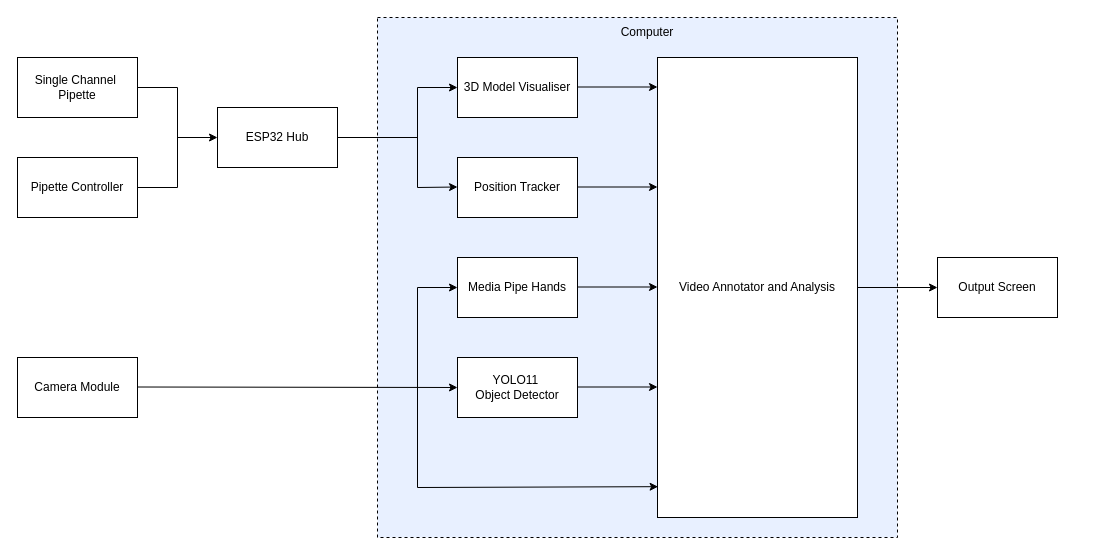
Sskki-exe/cell-culture-training-simulator keeps this draw.io diagram as FlowChart.drawio. Above is the earlier version. Source tidied: cells renumbered, new cells numbered last; positions are measured from the earlier drawing's top-left corner, leaving out a move shared by most shapes. Both pictures are drawn from the tidied source at 100%, with x=0, y=0 at pixel (17, 17).
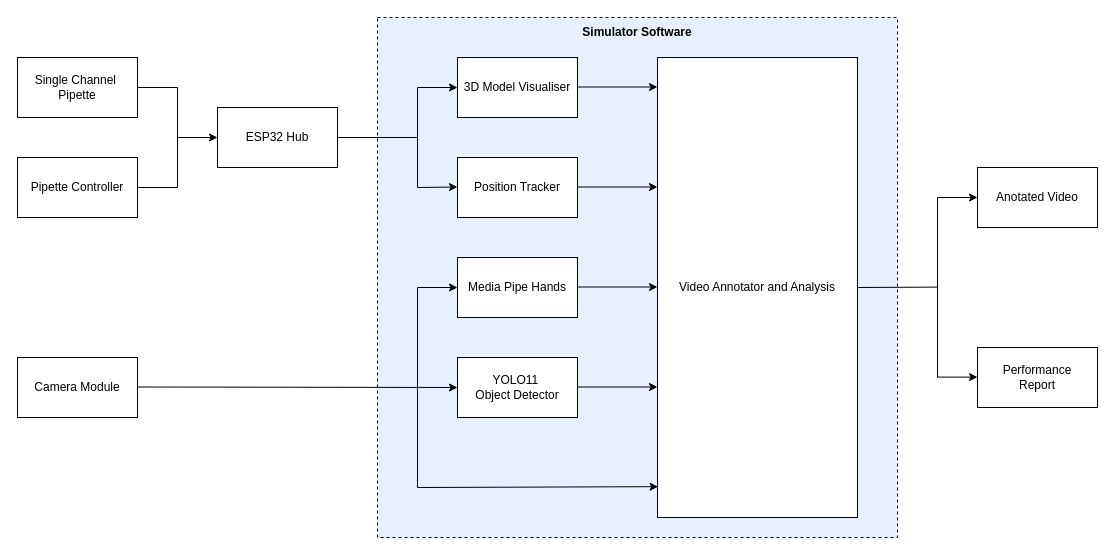
After the change.

Commit message:
flow cahrt

The change refers to these unchanged cells:
```xml
<mxCell id="21" value="Video Annotator and Analysis" style="rounded=0;whiteSpace=wrap;html=1;" parent="1" vertex="1">
  <mxGeometry x="640" y="40" width="200" height="460" as="geometry" />
</mxCell>
```

What changed in the source:
```diff
@@
-    <mxCell id="28" style="endArrow=classic;html=1;rounded=0;exitX=1;exitY=0.5;exitDx=0;exitDy=0;" parent="1" edge="1" source="30">
-      <mxGeometry relative="1" as="geometry">
-        <mxPoint x="1000" y="270" as="targetPoint" />
-      </mxGeometry>
-    </mxCell>
-    <mxCell id="29" style="endArrow=classic;html=1;rounded=0;exitX=1;exitY=0.5;exitDx=0;exitDy=0;" parent="1" edge="1" source="21" target="30">
-      <mxGeometry relative="1" as="geometry" />
-    </mxCell>
-    <mxCell id="30" value="Output Screen" style="rounded=0;whiteSpace=wrap;html=1;" parent="1" vertex="1">
-      <mxGeometry x="920" y="240" width="120" height="60" as="geometry" />
-    </mxCell>
-    <mxCell id="31" value="Computer" style="text;html=1;strokeColor=none;fillColor=none;align=center;verticalAlign=middle;whiteSpace=wrap;rounded=0;" parent="1" vertex="1">
-      <mxGeometry x="600" width="60" height="30" as="geometry" />
+    <mxCell id="31" value="&lt;b&gt;Simulator Software&lt;/b&gt;" style="text;html=1;strokeColor=none;fillColor=none;align=center;verticalAlign=middle;whiteSpace=wrap;rounded=0;" parent="1" vertex="1">
+      <mxGeometry x="560" width="120" height="30" as="geometry" />
     </mxCell>
@@
+    <mxCell id="34" value="Anotated Video" style="rounded=0;whiteSpace=wrap;html=1;" parent="1" vertex="1">
+      <mxGeometry x="960" y="150" width="120" height="60" as="geometry" />
+    </mxCell>
+    <mxCell id="35" value="Performance&lt;br&gt;Report" style="rounded=0;whiteSpace=wrap;html=1;" parent="1" vertex="1">
+      <mxGeometry x="960" y="330" width="120" height="60" as="geometry" />
+    </mxCell>
+    <mxCell id="36" style="endArrow=none;html=1;rounded=0;" parent="1" edge="1">
+      <mxGeometry relative="1" as="geometry">
+        <mxPoint x="920" y="360" as="sourcePoint" />
+        <mxPoint x="920" y="180" as="targetPoint" />
+      </mxGeometry>
+    </mxCell>
+    <mxCell id="37" style="endArrow=classic;html=1;rounded=0;entryX=0;entryY=0.5;entryDx=0;entryDy=0;" parent="1" edge="1" target="34">
+      <mxGeometry relative="1" as="geometry">
+        <mxPoint x="920" y="180" as="sourcePoint" />
+      </mxGeometry>
+    </mxCell>
+    <mxCell id="38" style="endArrow=classic;html=1;rounded=0;entryX=0;entryY=0.5;entryDx=0;entryDy=0;" parent="1" edge="1">
+      <mxGeometry relative="1" as="geometry">
+        <mxPoint x="920" y="359.6" as="sourcePoint" />
+        <mxPoint x="960" y="359.6" as="targetPoint" />
+      </mxGeometry>
+    </mxCell>
+    <mxCell id="39" style="endArrow=none;html=1;rounded=0;exitX=1;exitY=0.5;exitDx=0;exitDy=0;" parent="1" edge="1" source="21">
+      <mxGeometry relative="1" as="geometry">
+        <mxPoint x="920" y="269.6" as="targetPoint" />
+      </mxGeometry>
+    </mxCell>
```
